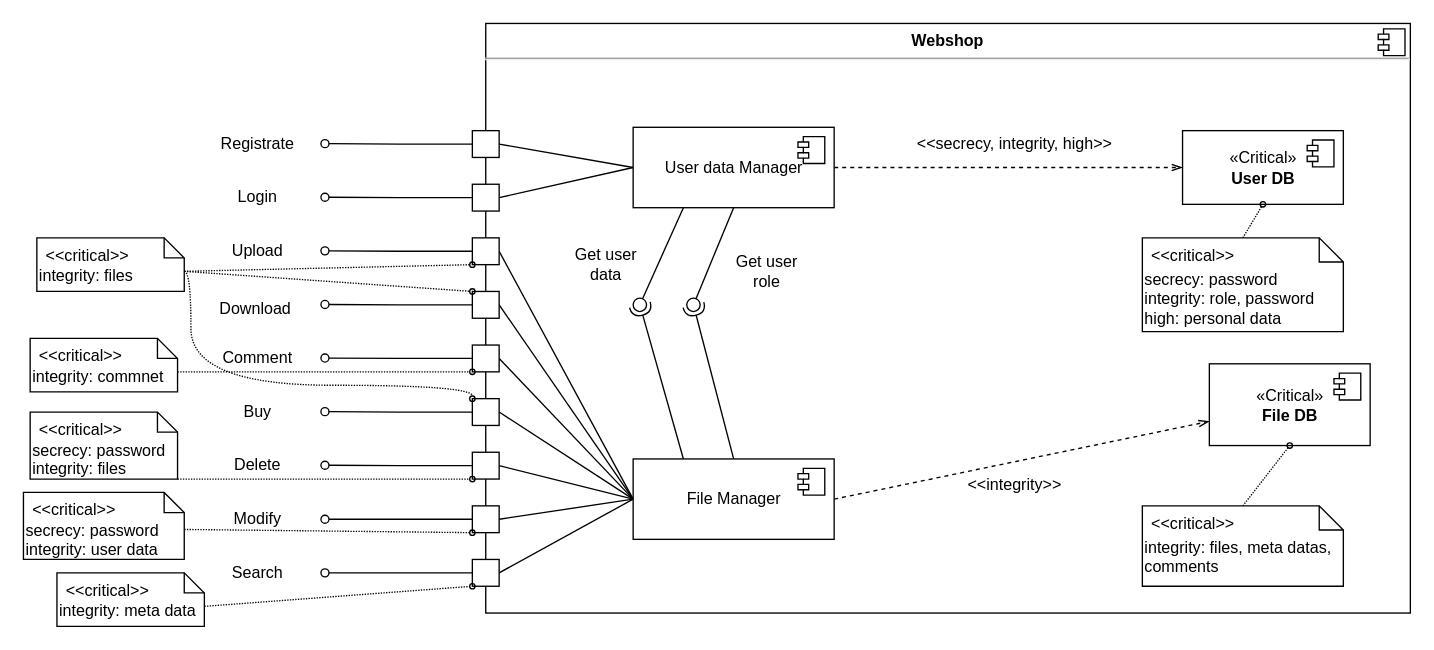
Before: page "component" (1 of 4) of Diagrams/sequence/search.drawio in rittakos/CreaTeam-ComputerSecurity, a draw.io diagram. Source tidied: cells renumbered, new cells numbered last; positions are measured from the earlier drawing's top-left corner, leaving out a move shared by most shapes. Both pictures are drawn from the tidied source at 134%, with x=0, y=0 at pixel (23, 23).
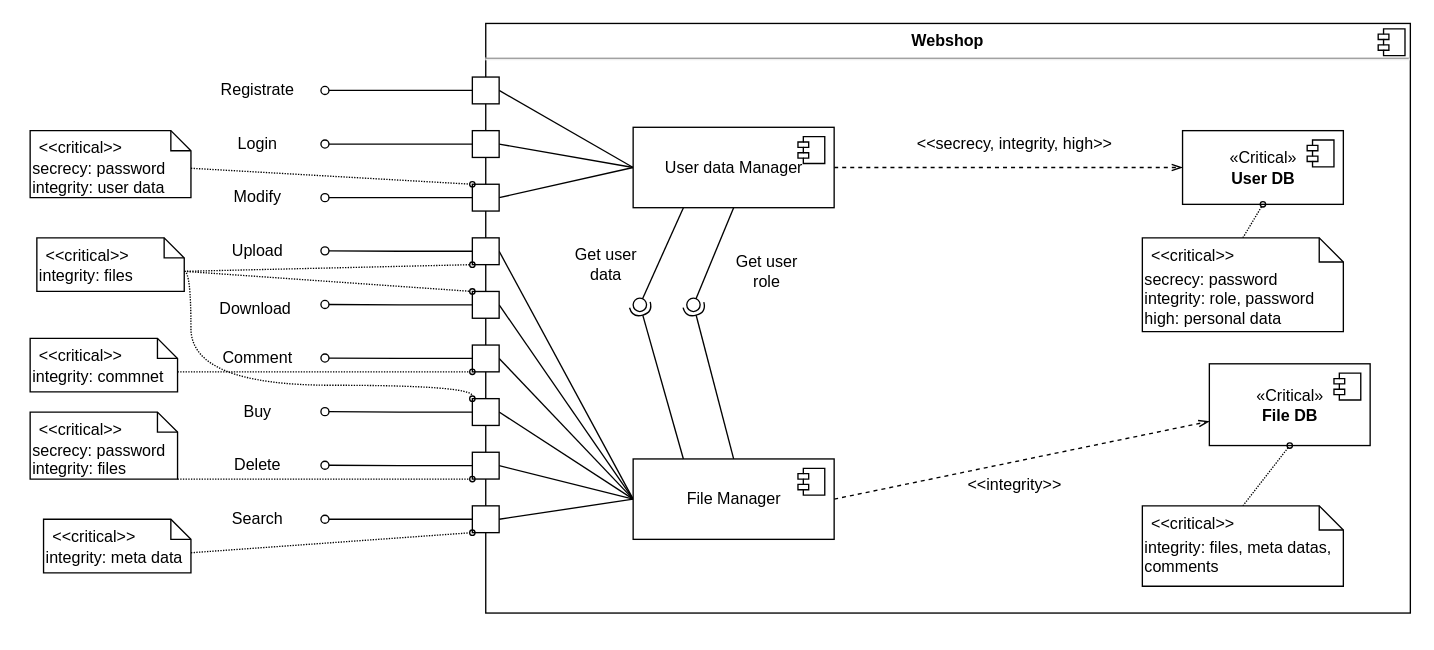
The same diagram, later.

The change refers to these unchanged cells:
```xml
<mxCell id="37" value="File Manager" style="html=1;" parent="1" vertex="1">
  <mxGeometry x="455" y="325" width="150" height="60" as="geometry" />
</mxCell>
<mxCell id="40" value="User data Manager" style="html=1;" parent="1" vertex="1">
  <mxGeometry x="455" y="77.5" width="150" height="60" as="geometry" />
</mxCell>
```

The edit, as a diff of the source:
```diff
@@
     <mxCell id="7" style="edgeStyle=orthogonalEdgeStyle;rounded=0;jettySize=auto;html=1;exitX=0;exitY=0.5;exitDx=0;exitDy=0;endArrow=oval;endFill=0;" parent="1" edge="1" source="9">
       <mxGeometry relative="1" as="geometry">
-        <mxPoint x="225" y="89.7" as="targetPoint" />
+        <mxPoint x="225" y="50" as="targetPoint" />
       </mxGeometry>
     </mxCell>
@@
     <mxCell id="9" style="rounded=0;whiteSpace=wrap;html=1;" parent="1" vertex="1">
-      <mxGeometry x="335" y="80" width="20" height="20" as="geometry" />
+      <mxGeometry x="335" y="40" width="20" height="20" as="geometry" />
     </mxCell>
     <mxCell id="10" style="edgeStyle=orthogonalEdgeStyle;rounded=0;jettySize=auto;html=1;exitX=0;exitY=0.5;exitDx=0;exitDy=0;endArrow=oval;endFill=0;" parent="1" edge="1" source="12">
       <mxGeometry relative="1" as="geometry">
-        <mxPoint x="225" y="129.7" as="targetPoint" />
+        <mxPoint x="225" y="90" as="targetPoint" />
       </mxGeometry>
     </mxCell>
@@
     <mxCell id="12" style="rounded=0;whiteSpace=wrap;html=1;" parent="1" vertex="1">
-      <mxGeometry x="335" y="120" width="20" height="20" as="geometry" />
+      <mxGeometry x="335" y="80" width="20" height="20" as="geometry" />
     </mxCell>
@@
     <mxCell id="25" value="Registrate" style="text;html=1;strokeColor=none;fillColor=none;align=center;verticalAlign=middle;whiteSpace=wrap;rounded=0;" parent="1" vertex="1">
-      <mxGeometry x="145" y="75" width="60" height="30" as="geometry" />
+      <mxGeometry x="145" y="35" width="60" height="30" as="geometry" />
     </mxCell>
     <mxCell id="26" value="Login" style="text;html=1;strokeColor=none;fillColor=none;align=center;verticalAlign=middle;whiteSpace=wrap;rounded=0;" parent="1" vertex="1">
-      <mxGeometry x="145" y="115" width="60" height="30" as="geometry" />
+      <mxGeometry x="145" y="75" width="60" height="30" as="geometry" />
     </mxCell>
@@
     <mxCell id="32" style="edgeStyle=orthogonalEdgeStyle;rounded=0;jettySize=auto;html=1;exitX=0;exitY=0.5;exitDx=0;exitDy=0;endArrow=oval;endFill=0;" parent="1" edge="1" source="34">
       <mxGeometry relative="1" as="geometry">
-        <mxPoint x="225" y="370" as="targetPoint" />
+        <mxPoint x="225" y="130" as="targetPoint" />
       </mxGeometry>
     </mxCell>
-    <mxCell id="33" style="edgeStyle=none;rounded=0;jettySize=auto;html=1;exitX=1;exitY=0.5;exitDx=0;exitDy=0;endArrow=none;endFill=0;entryX=0;entryY=0.5;entryDx=0;entryDy=0;" parent="1" edge="1" source="34" target="37">
+    <mxCell id="33" style="edgeStyle=none;rounded=0;jettySize=auto;html=1;exitX=1;exitY=0.5;exitDx=0;exitDy=0;endArrow=none;endFill=0;entryX=0;entryY=0.5;entryDx=0;entryDy=0;" parent="1" edge="1" source="34" target="40">
       <mxGeometry relative="1" as="geometry" />
     </mxCell>
     <mxCell id="34" style="rounded=0;whiteSpace=wrap;html=1;" parent="1" vertex="1">
-      <mxGeometry x="335" y="360" width="20" height="20" as="geometry" />
+      <mxGeometry x="335" y="120" width="20" height="20" as="geometry" />
     </mxCell>
     <mxCell id="35" value="Modify" style="text;html=1;strokeColor=none;fillColor=none;align=center;verticalAlign=middle;whiteSpace=wrap;rounded=0;" parent="1" vertex="1">
-      <mxGeometry x="145" y="355" width="60" height="30" as="geometry" />
+      <mxGeometry x="145" y="115" width="60" height="30" as="geometry" />
     </mxCell>
@@
     <mxCell id="46" style="edgeStyle=orthogonalEdgeStyle;rounded=0;jettySize=auto;html=1;exitX=0;exitY=0.5;exitDx=0;exitDy=0;endArrow=oval;endFill=0;" parent="1" edge="1" source="48">
       <mxGeometry relative="1" as="geometry">
-        <mxPoint x="225" y="410" as="targetPoint" />
+        <mxPoint x="225" y="370" as="targetPoint" />
         <Array as="points">
-          <mxPoint x="225" y="410" />
+          <mxPoint x="225" y="370" />
         </Array>
       </mxGeometry>
     </mxCell>
@@
     <mxCell id="48" style="rounded=0;whiteSpace=wrap;html=1;" parent="1" vertex="1">
-      <mxGeometry x="335" y="400" width="20" height="20" as="geometry" />
+      <mxGeometry x="335" y="360" width="20" height="20" as="geometry" />
     </mxCell>
     <mxCell id="49" value="Search" style="text;html=1;strokeColor=none;fillColor=none;align=center;verticalAlign=middle;whiteSpace=wrap;rounded=0;" parent="1" vertex="1">
-      <mxGeometry x="145" y="395" width="60" height="30" as="geometry" />
+      <mxGeometry x="145" y="355" width="60" height="30" as="geometry" />
     </mxCell>
@@
     <mxCell id="59" value="&lt;div style=&quot;&quot;&gt;&lt;span style=&quot;background-color: initial;&quot;&gt;integrity: meta data&lt;/span&gt;&lt;br&gt;&lt;/div&gt;" style="shape=note2;boundedLbl=1;whiteSpace=wrap;html=1;size=15;verticalAlign=top;align=left;" parent="1" vertex="1">
-      <mxGeometry x="25" y="410" width="110" height="40" as="geometry" />
+      <mxGeometry x="15" y="370" width="110" height="40" as="geometry" />
     </mxCell>
@@
-    <mxCell id="65" style="edgeStyle=none;rounded=0;jettySize=auto;html=1;exitX=0;exitY=0;exitDx=110;exitDy=27.5;exitPerimeter=0;entryX=0;entryY=1;entryDx=0;entryDy=0;dashed=1;dashPattern=1 1;endArrow=oval;endFill=0;endSize=4;" parent="1" edge="1" source="66" target="34">
+    <mxCell id="65" style="edgeStyle=none;rounded=0;jettySize=auto;html=1;exitX=0;exitY=0;exitDx=110;exitDy=27.5;exitPerimeter=0;entryX=0;entryY=0;entryDx=0;entryDy=0;dashed=1;dashPattern=1 1;endArrow=oval;endFill=0;endSize=4;" parent="1" edge="1" source="66" target="34">
       <mxGeometry relative="1" as="geometry" />
     </mxCell>
     <mxCell id="66" value="&lt;div style=&quot;&quot;&gt;&lt;span style=&quot;background-color: initial;&quot;&gt;secrecy: password&lt;/span&gt;&lt;/div&gt;&lt;div style=&quot;&quot;&gt;&lt;span style=&quot;background-color: initial;&quot;&gt;integrity: user data&lt;/span&gt;&lt;br&gt;&lt;/div&gt;&lt;div style=&quot;&quot;&gt;&lt;span style=&quot;background-color: initial;&quot;&gt;&lt;br&gt;&lt;/span&gt;&lt;/div&gt;" style="shape=note2;boundedLbl=1;whiteSpace=wrap;html=1;size=15;verticalAlign=top;align=left;" parent="1" vertex="1">
-      <mxGeometry y="350" width="120" height="50" as="geometry" />
+      <mxGeometry x="5" y="80" width="120" height="50" as="geometry" />
     </mxCell>
```
